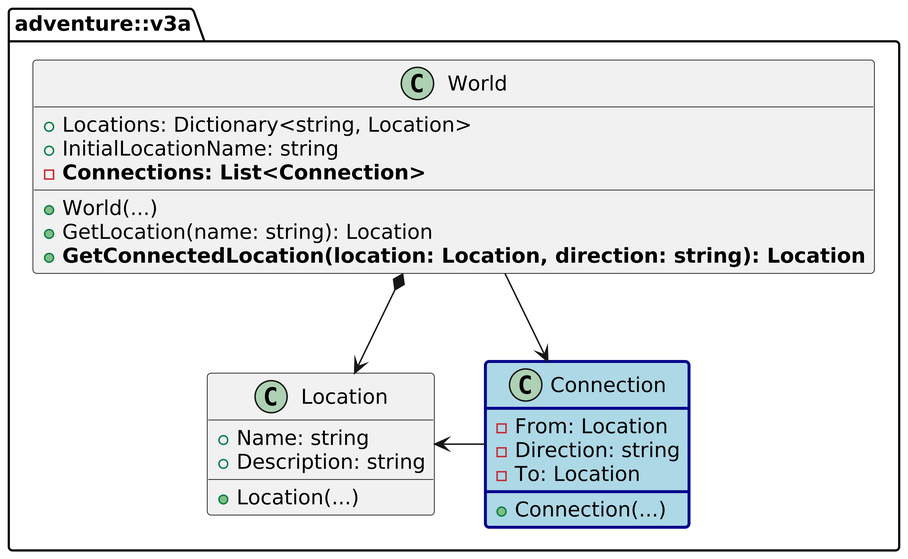
Before: Folien/Notebooks/Completed/Woche 2/img/adventure-v3a-overview.png, a diagram exported from PlantUML (Coding-Academy-Munich/csharp-clean-code-de). The source it was exported from:
```plantuml
@startuml adventure-v3a-overview
skinparamlocked dpi 600

namespace adventure::v3a {
    class Location {
        +Name: string
        +Description: string
        +Location(...)
    }

    class Connection #line.bold:DarkBlue;back:lightblue {
        -From: Location
        -Direction: string
        -To: Location
        +Connection(...)
    }

    class World {
        +Locations: Dictionary<string, Location>
        +InitialLocationName: string
        -<b>Connections: List<Connection></b>
        +World(...)
        +GetLocation(name: string): Location
        +<b>GetConnectedLocation(location: Location, direction: string): Location</b>
    }

    World -> Connection
    Location <- Connection
    World *--> Location
}
@enduml
```
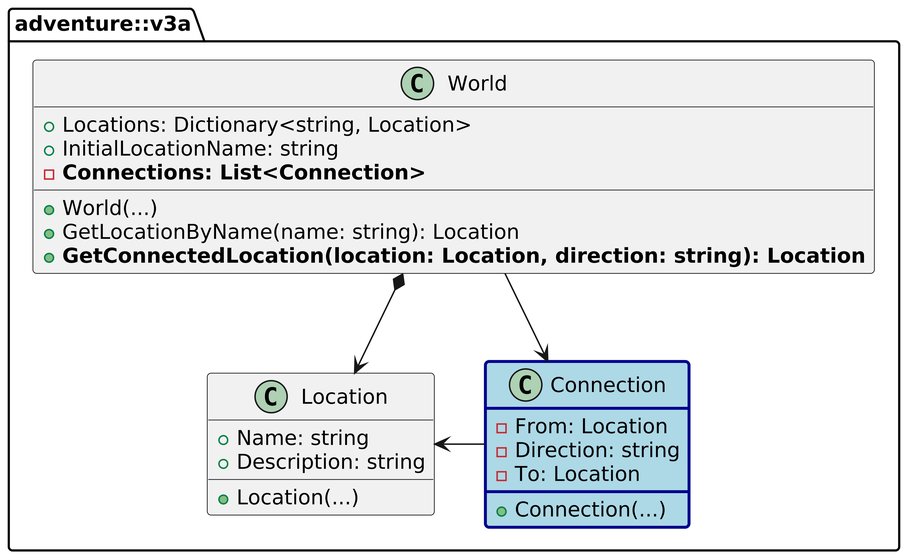
After the change.

What changed in the source:
```diff
@@ -20,7 +20,7 @@
         +InitialLocationName: string
         -<b>Connections: List<Connection></b>
         +World(...)
-        +GetLocation(name: string): Location
+        +GetLocationByName(name: string): Location
         +<b>GetConnectedLocation(location: Location, direction: string): Location</b>
     }
 
```
